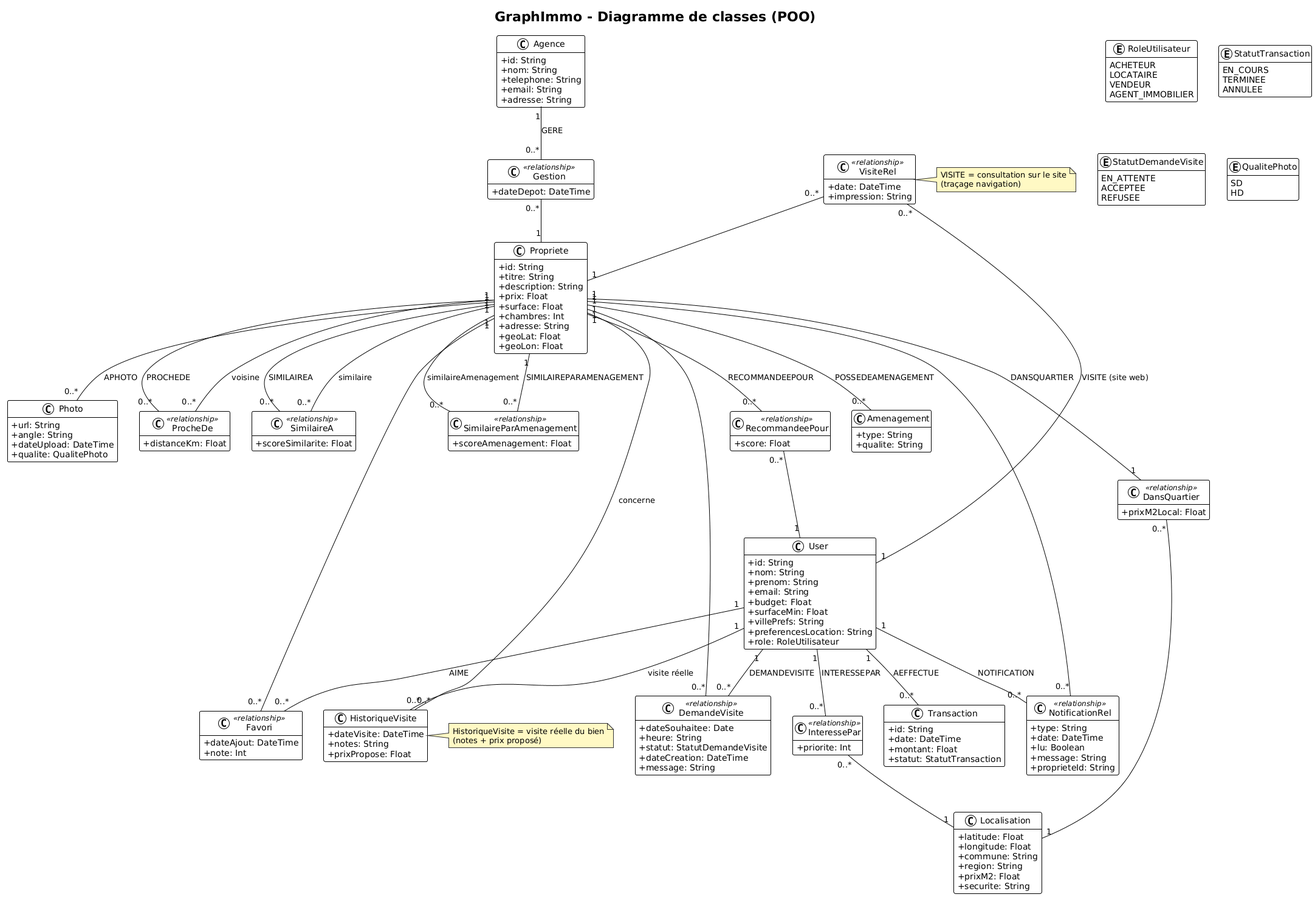
achraal/GraphImmo keeps this PlantUML diagram as Modelisation/UML (POO Modeling)/Classes/classes.png. Above is the earlier version.
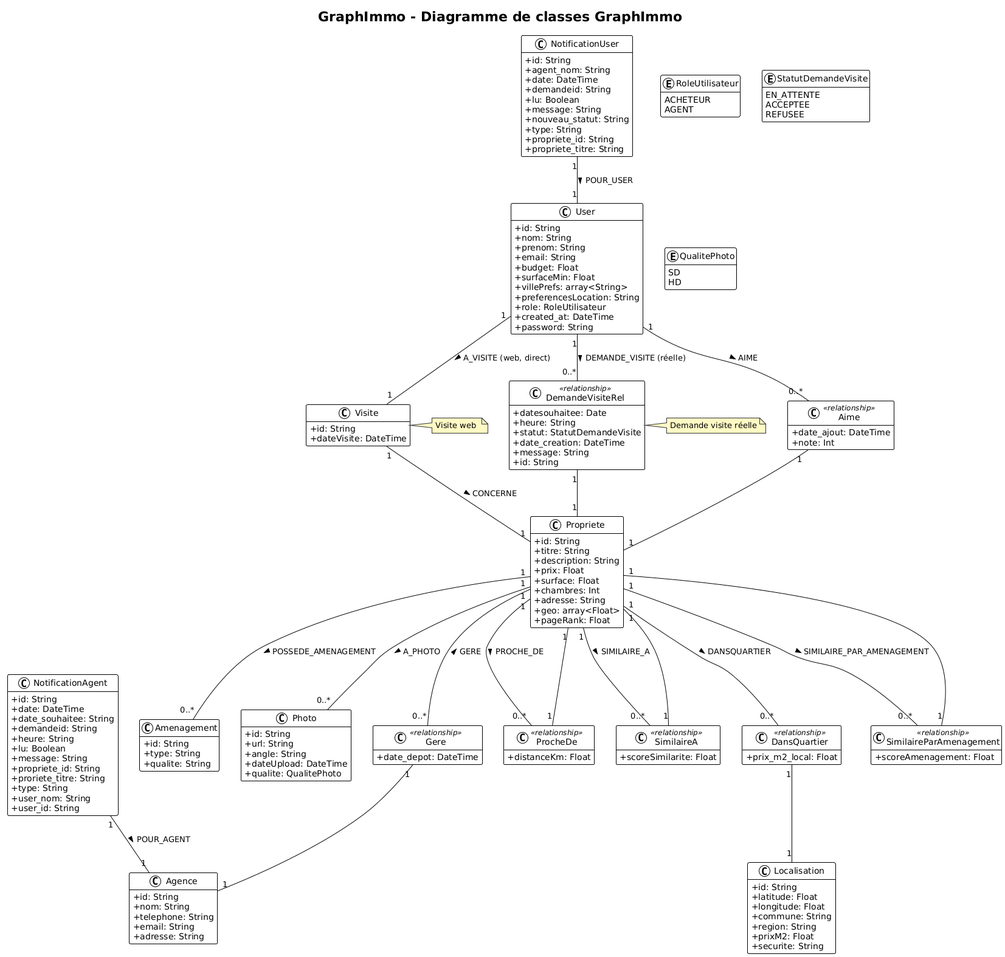
Above is the later version.

What changed in the source:
```diff
@@ -3,7 +3,7 @@
 skinparam classAttributeIconSize 0
 hide methods
 
-title GraphImmo - Diagramme de classes (POO)
+title GraphImmo - Diagramme de classes GraphImmo
 
 skinparam class {
   BackgroundColor White
@@ -17,15 +17,7 @@
 
 enum RoleUtilisateur {
   ACHETEUR
-  LOCATAIRE
-  VENDEUR
-  AGENT_IMMOBILIER
-}
-
-enum StatutTransaction {
-  EN_COURS
-  TERMINEE
-  ANNULEE
+  AGENT
 }
 
 enum StatutDemandeVisite {
@@ -46,9 +38,11 @@
   +email: String
   +budget: Float
   +surfaceMin: Float
-  +villePrefs: String
+  +villePrefs: array<String>
   +preferencesLocation: String
   +role: RoleUtilisateur
+  +created_at: DateTime
+  +password: String
 }
 
 class Propriete {
@@ -59,8 +53,8 @@
   +surface: Float
   +chambres: Int
   +adresse: String
-  +geoLat: Float
-  +geoLon: Float
+  +geo: array<Float>
+  +pageRank: Float
 }
 
 class Agence {
@@ -72,6 +66,7 @@
 }
 
 class Localisation {
+  +id: String
   +latitude: Float
   +longitude: Float
   +commune: String
@@ -80,43 +75,69 @@
   +securite: String
 }
 
-class Transaction {
+class Amenagement {
   +id: String
-  +date: DateTime
-  +montant: Float
-  +statut: StatutTransaction
-}
-
-class Amenagement {
   +type: String
   +qualite: String
 }
 
 class Photo {
+  +id: String
   +url: String
   +angle: String
   +dateUpload: DateTime
   +qualite: QualitePhoto
 }
 
-class HistoriqueVisite {
+class Visite {
+  +id: String
   +dateVisite: DateTime
-  +notes: String
-  +prixPropose: Float
 }
 
-class Favori <<relationship>> {
-  +dateAjout: DateTime
+class NotificationUser {
+  +id: String
+  +agent_nom: String
+  +date: DateTime
+  +demandeid: String
+  +lu: Boolean
+  +message: String
+  +nouveau_statut: String
+  +type: String
+  +propriete_id: String
+  +propriete_titre: String
+}
+
+class NotificationAgent {
+  +id: String
+  +date: DateTime
+  +date_souhaitee: String
+  +demandeid: String
+  +heure: String
+  +lu: Boolean
+  +message: String
+  +propriete_id: String
+  +proriete_titre: String
+  +type: String
+  +user_nom: String
+  +user_id: String
+}
+
+class Aime <<relationship>> {
+  +date_ajout: DateTime
   +note: Int
 }
 
-class VisiteRel <<relationship>> {
-  +date: DateTime
-  +impression: String
+class Gere <<relationship>> {
+  +date_depot: DateTime
 }
 
-class Gestion <<relationship>> {
-  +dateDepot: DateTime
+class DemandeVisiteRel <<relationship>> {
+  +datesouhaitee: Date
+  +heure: String
+  +statut: StatutDemandeVisite
+  +date_creation: DateTime
+  +message: String
+  +id: String
 }
 
 class ProcheDe <<relationship>> {
@@ -127,86 +148,49 @@
   +scoreSimilarite: Float
 }
 
-class InteressePar <<relationship>> {
-  +priorite: Int
-}
-
-class RecommandeePour <<relationship>> {
-  +score: Float
-}
-
 class DansQuartier <<relationship>> {
-  +prixM2Local: Float
-}
-
-class NotificationRel <<relationship>> {
-  +type: String
-  +date: DateTime
-  +lu: Boolean
-  +message: String
-  +proprieteId: String
-}
-
-class DemandeVisite <<relationship>> {
-  +dateSouhaitee: Date
-  +heure: String
-  +statut: StatutDemandeVisite
-  +dateCreation: DateTime
-  +message: String
+  +prix_m2_local: Float
 }
 
 class SimilaireParAmenagement <<relationship>> {
   +scoreAmenagement: Float
 }
 
-User "1" -- "0..*" Favori : AIME
-Favori "0..*" -- "1" Propriete
+User "1" -- "0..*" Aime : > AIME
+Aime "1" -- "1" Propriete
 
-User "1" -- "0..*" VisiteRel : VISITE (site web)
-VisiteRel "0..*" -- "1" Propriete
+Propriete "1" -- "0..*" Gere : < GERE
+Gere "1" -- "1" Agence
 
-Agence "1" -- "0..*" Gestion : GERE
-Gestion "0..*" -- "1" Propriete
+User "1" -- "0..*" DemandeVisiteRel : > DEMANDE_VISITE (réelle)
+DemandeVisiteRel "1" -- "1" Propriete
 
-Propriete "1" -- "0..*" ProcheDe : PROCHEDE
-ProcheDe "0..*" -- "1" Propriete : voisine
+User "1" -- "1" Visite : > A_VISITE (web, direct)
+Visite "1" -- "1" Propriete : > CONCERNE
 
-Propriete "1" -- "0..*" SimilaireA : SIMILAIREA
-SimilaireA "0..*" -- "1" Propriete : similaire
+Propriete "1" -- "0..*" Amenagement : > POSSEDE_AMENAGEMENT
+Propriete "1" -- "0..*" Photo : > A_PHOTO
 
-User "1" -- "0..*" InteressePar : INTERESSEPAR
-InteressePar "0..*" -- "1" Localisation
+Propriete "1" -- "0..*" SimilaireA : > SIMILAIRE_A
+SimilaireA "1" -- "1" Propriete
 
-Propriete "1" -- "0..*" RecommandeePour : RECOMMANDEEPOUR
-RecommandeePour "0..*" -- "1" User
+Propriete "1" -- "0..*" ProcheDe : > PROCHE_DE
+ProcheDe "1" -- "1" Propriete
 
-Propriete "1" -- "1" DansQuartier : DANSQUARTIER
-DansQuartier "0..*" -- "1" Localisation
+Propriete "1" -- "0..*" DansQuartier : > DANSQUARTIER
+DansQuartier "1" -- "1" Localisation
 
-Propriete "1" -- "0..*" Amenagement : POSSEDEAMENAGEMENT
-Propriete "1" -- "0..*" Photo : APHOTO
+Propriete "1" -- "0..*" SimilaireParAmenagement : > SIMILAIRE_PAR_AMENAGEMENT
+SimilaireParAmenagement "1" -- "1" Propriete
 
-User "1" -- "0..*" Transaction : AEFFECTUE
+NotificationUser "1" -- "1" User : > POUR_USER
+NotificationAgent "1" -- "1" Agence : > POUR_AGENT
 
-User "1" -- "0..*" NotificationRel : NOTIFICATION
-NotificationRel "0..*" -- "1" Propriete
-
-User "1" -- "0..*" DemandeVisite : DEMANDEVISITE
-DemandeVisite "0..*" -- "1" Propriete
-
-Propriete "1" -- "0..*" SimilaireParAmenagement : SIMILAIREPARAMENAGEMENT
-SimilaireParAmenagement "0..*" -- "1" Propriete : similaireAmenagement
-
-User "1" -- "0..*" HistoriqueVisite : visite réelle
-HistoriqueVisite "0..*" -- "1" Propriete : concerne
-
-note right of VisiteRel
-VISITE = consultation sur le site
-(traçage navigation)
+note right of Visite
+  Visite web
 end note
 
-note right of HistoriqueVisite
-HistoriqueVisite = visite réelle du bien
-(notes + prix proposé)
+note right of DemandeVisiteRel
+  Demande visite réelle
 end note
 @enduml
```
